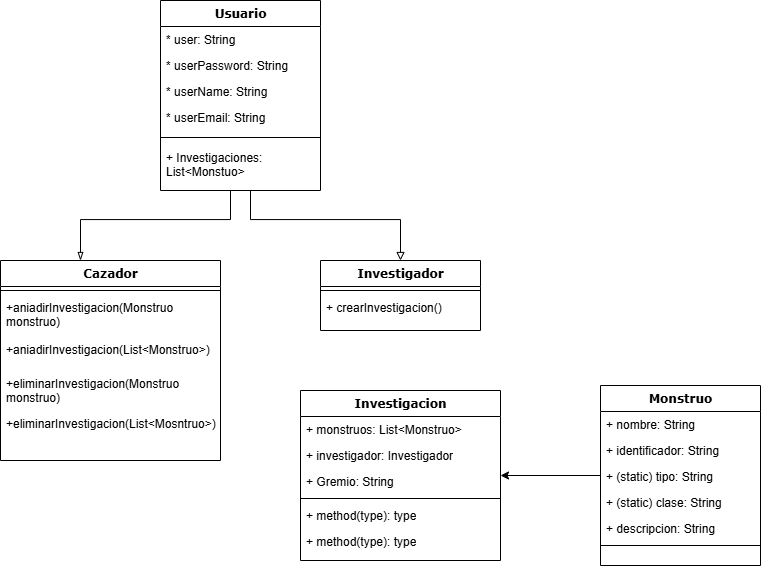
Above: images/diagrama-de-clases.drawio.png in eduardosmoralesglez/diario-del-cazador-mhw (draw.io), before the change. Source tidied: cells renumbered, new cells last; positions are measured from the earlier drawing's top-left corner, leaving out a move shared by most shapes.
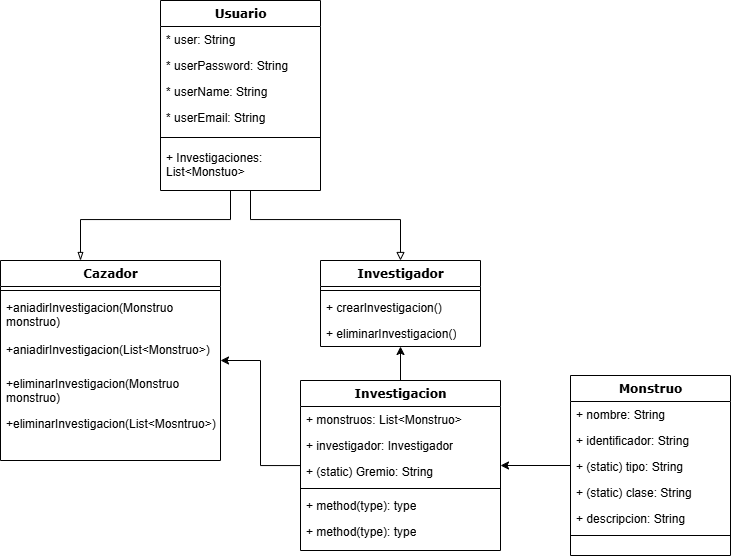
The same diagram one commit later.

The edit, as a diff of the source:
```diff
@@ -58,7 +58,7 @@
       <mxGeometry y="150" width="220" height="50" as="geometry" />
     </mxCell>
     <mxCell id="17" value="Investigador" style="swimlane;html=1;fontStyle=1;align=center;verticalAlign=top;horizontal=1;startSize=26;swimlaneFillColor=#ffffff;rounded=0;shadow=0;comic=0;labelBackgroundColor=none;strokeWidth=1;fillColor=none;fontFamily=Verdana;fontSize=12;" parent="1" vertex="1">
-      <mxGeometry x="320" y="260" width="160" height="70" as="geometry" />
+      <mxGeometry x="320" y="260" width="160" height="86" as="geometry" />
     </mxCell>
     <mxCell id="18" style="line;html=1;strokeWidth=1;fillColor=none;align=left;verticalAlign=middle;spacingTop=-1;spacingLeft=3;spacingRight=3;labelPosition=right;" parent="17" vertex="1">
       <mxGeometry y="26" width="160" height="8" as="geometry" />
@@ -66,8 +66,17 @@
     <mxCell id="19" value="+ crearInvestigacion()" style="text;html=1;strokeColor=none;fillColor=none;align=left;verticalAlign=top;spacingLeft=4;spacingRight=4;whiteSpace=wrap;overflow=hidden;" parent="17" vertex="1">
       <mxGeometry y="34" width="160" height="26" as="geometry" />
     </mxCell>
+    <mxCell id="35" value="+ eliminarInvestigacion()" style="text;html=1;strokeColor=none;fillColor=none;align=left;verticalAlign=top;spacingLeft=4;spacingRight=4;whiteSpace=wrap;overflow=hidden;" parent="17" vertex="1">
+      <mxGeometry y="60" width="160" height="26" as="geometry" />
+    </mxCell>
+    <mxCell id="36" style="edgeStyle=orthogonalEdgeStyle;rounded=0;jettySize=auto;html=1;" parent="1" edge="1" source="20" target="11">
+      <mxGeometry relative="1" as="geometry" />
+    </mxCell>
+    <mxCell id="37" style="edgeStyle=orthogonalEdgeStyle;rounded=0;jettySize=auto;html=1;" parent="1" edge="1" source="20" target="17">
+      <mxGeometry relative="1" as="geometry" />
+    </mxCell>
     <mxCell id="20" value="Investigacion" style="swimlane;html=1;fontStyle=1;align=center;verticalAlign=top;horizontal=1;startSize=26;swimlaneFillColor=#ffffff;rounded=0;shadow=0;comic=0;labelBackgroundColor=none;strokeWidth=1;fillColor=none;fontFamily=Verdana;fontSize=12;" parent="1" vertex="1">
-      <mxGeometry x="300" y="390" width="200" height="170" as="geometry" />
+      <mxGeometry x="300" y="380" width="200" height="170" as="geometry" />
     </mxCell>
     <mxCell id="21" value="+ monstruos: List&amp;lt;Monstruo&amp;gt;" style="text;html=1;strokeColor=none;fillColor=none;align=left;verticalAlign=top;spacingLeft=4;spacingRight=4;whiteSpace=wrap;overflow=hidden;" parent="20" vertex="1">
       <mxGeometry y="26" width="200" height="26" as="geometry" />
@@ -75,7 +84,7 @@
     <mxCell id="22" value="+ investigador: Investigador" style="text;html=1;strokeColor=none;fillColor=none;align=left;verticalAlign=top;spacingLeft=4;spacingRight=4;whiteSpace=wrap;overflow=hidden;" parent="20" vertex="1">
       <mxGeometry y="52" width="200" height="26" as="geometry" />
     </mxCell>
-    <mxCell id="23" value="+ Gremio: String" style="text;html=1;strokeColor=none;fillColor=none;align=left;verticalAlign=top;spacingLeft=4;spacingRight=4;whiteSpace=wrap;overflow=hidden;" parent="20" vertex="1">
+    <mxCell id="23" value="+ (static) Gremio: String" style="text;html=1;strokeColor=none;fillColor=none;align=left;verticalAlign=top;spacingLeft=4;spacingRight=4;whiteSpace=wrap;overflow=hidden;" parent="20" vertex="1">
       <mxGeometry y="78" width="200" height="26" as="geometry" />
     </mxCell>
     <mxCell id="24" style="line;html=1;strokeWidth=1;fillColor=none;align=left;verticalAlign=middle;spacingTop=-1;spacingLeft=3;spacingRight=3;labelPosition=right;" parent="20" vertex="1">
@@ -91,7 +100,7 @@
       <mxGeometry relative="1" as="geometry" />
     </mxCell>
     <mxCell id="28" value="Monstruo" style="swimlane;html=1;fontStyle=1;align=center;verticalAlign=top;horizontal=1;startSize=26;swimlaneFillColor=#ffffff;rounded=0;shadow=0;comic=0;labelBackgroundColor=none;strokeWidth=1;fillColor=none;fontFamily=Verdana;fontSize=12;" parent="1" vertex="1">
-      <mxGeometry x="600" y="385" width="160" height="180" as="geometry" />
+      <mxGeometry x="570" y="375" width="160" height="180" as="geometry" />
     </mxCell>
     <mxCell id="29" value="+ nombre: String" style="text;html=1;strokeColor=none;fillColor=none;align=left;verticalAlign=top;spacingLeft=4;spacingRight=4;whiteSpace=wrap;overflow=hidden;" parent="28" vertex="1">
       <mxGeometry y="26" width="160" height="26" as="geometry" />
```
